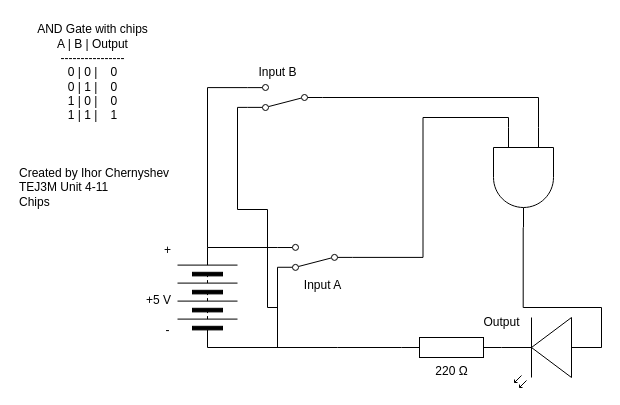
This is 4-11/schematic_diagram.drawio from ihor-chernyshev/TEJ3M-Unit-4, a draw.io file, before an edit. Source tidied: cells renumbered, new cells numbered last; positions are measured from the earlier drawing's top-left corner, leaving out a move shared by most shapes. Both pictures are drawn from the tidied source at 100%, with x=0, y=0 at pixel (17, 17).
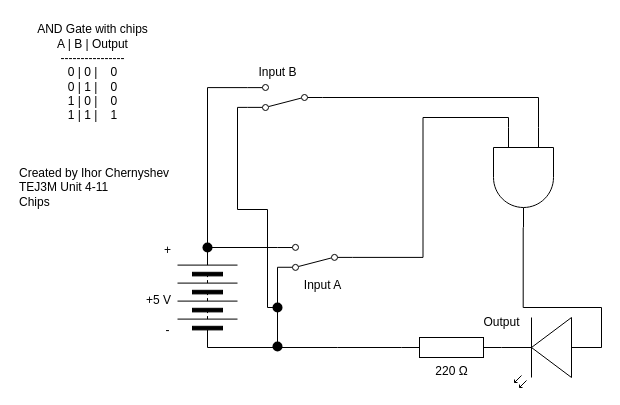
Above is the later version.

Change to the diagram source:
```diff
@@
+    <mxCell id="26" style="shape=ellipse;fillColor=#000000;strokeColor=none;html=1;sketch=0;" parent="1" vertex="1">
+      <mxGeometry x="185" y="225" width="10" height="10" as="geometry" />
+    </mxCell>
+    <mxCell id="27" style="shape=ellipse;fillColor=#000000;strokeColor=none;html=1;sketch=0;" parent="1" vertex="1">
+      <mxGeometry x="255" y="285" width="10" height="10" as="geometry" />
+    </mxCell>
+    <mxCell id="28" style="shape=ellipse;fillColor=#000000;strokeColor=none;html=1;sketch=0;" parent="1" vertex="1">
+      <mxGeometry x="255" y="324" width="10" height="10" as="geometry" />
+    </mxCell>
```
